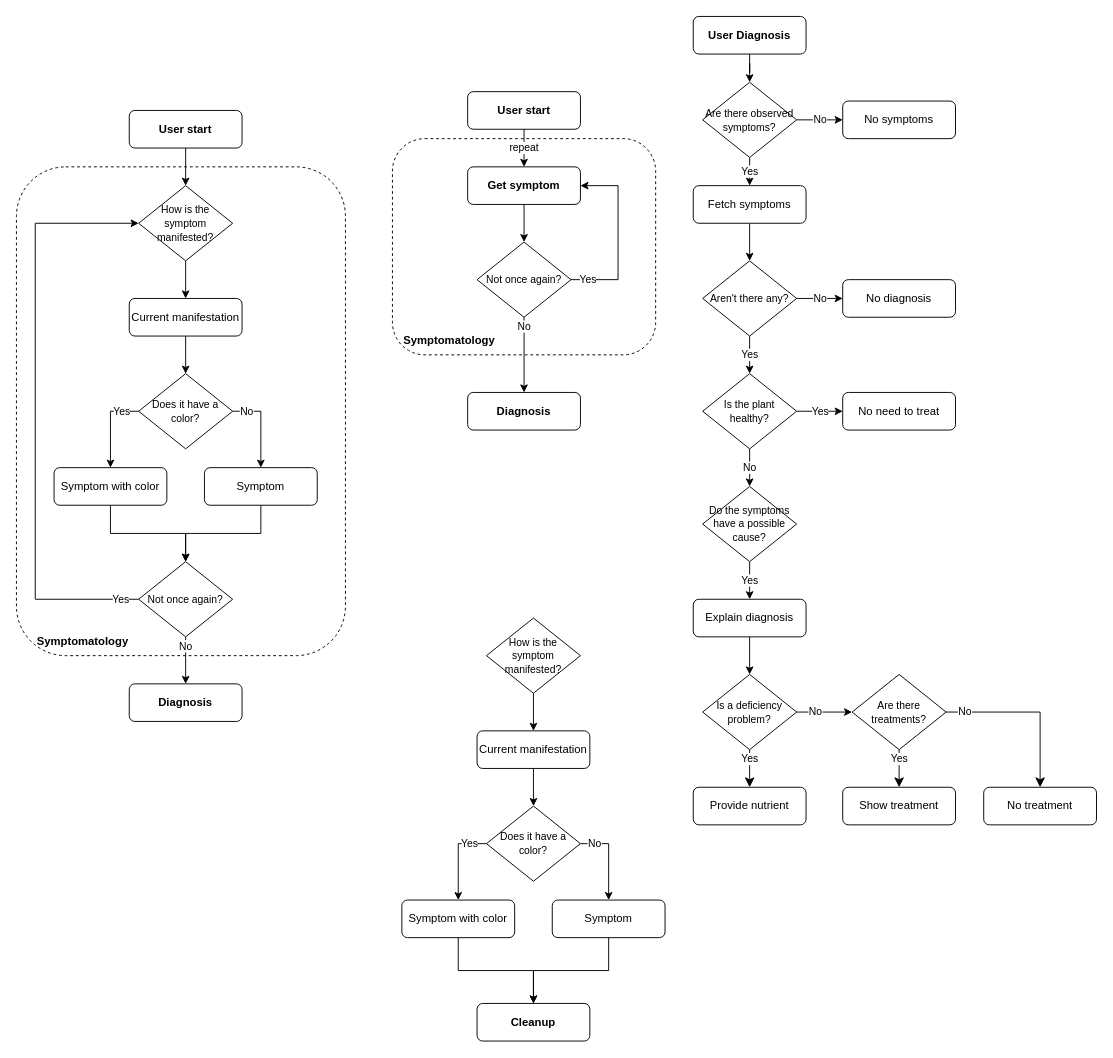
Above: docs/user_mode_rules.drawio in francescoperagine/GreMaES (draw.io), before the change. Source tidied: cells renumbered, new cells numbered last; positions are measured from the earlier drawing's top-left corner, leaving out a move shared by most shapes. Both pictures are drawn from the tidied source at 94%, with x=0, y=0 at pixel (16, 16).
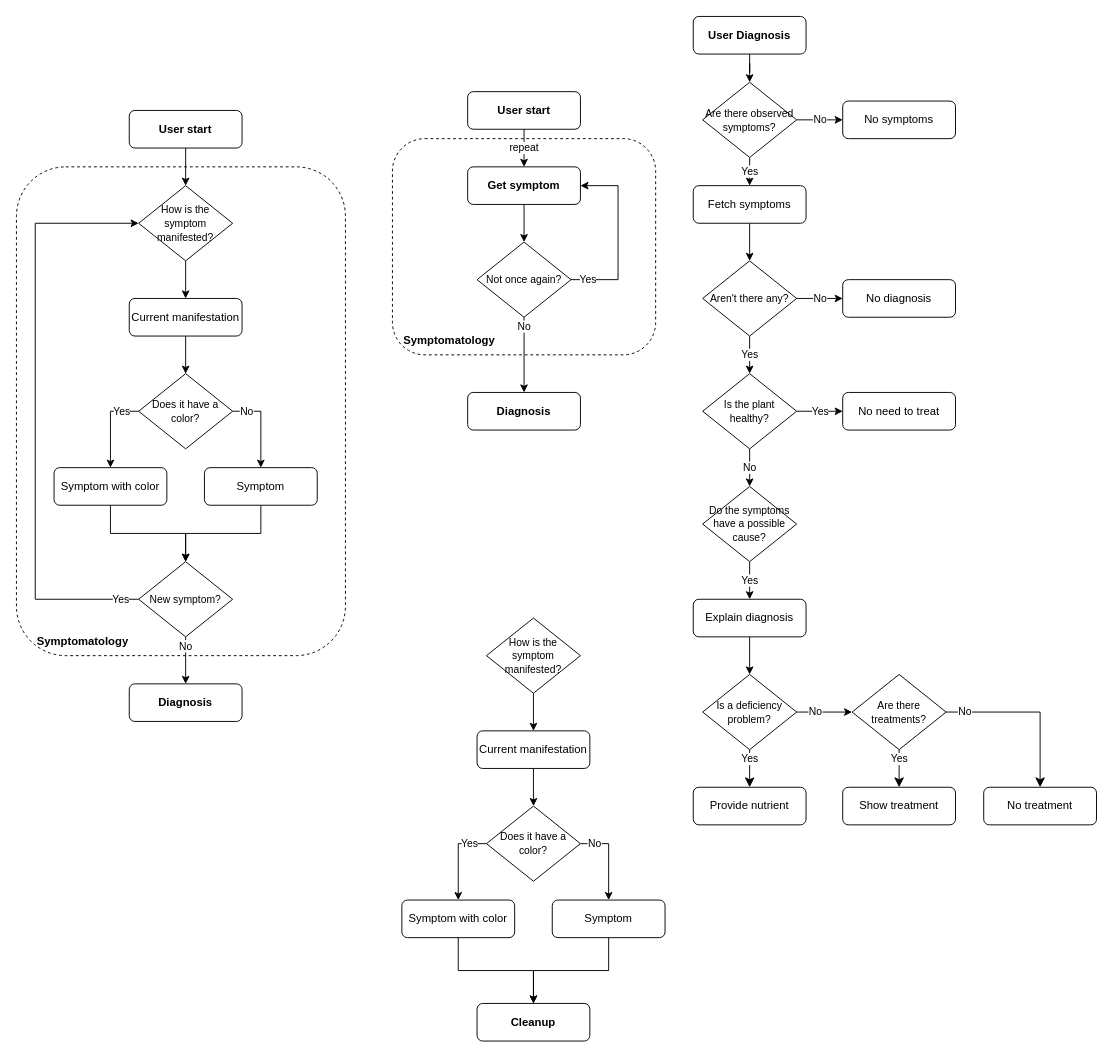
The same page after the edit.

Change to the diagram source:
```diff
@@
-    <mxCell id="66" value="&lt;span style=&quot;font-size: 11px;&quot;&gt;Not once again?&lt;/span&gt;" style="rhombus;whiteSpace=wrap;html=1;" parent="1" vertex="1">
+    <mxCell id="66" value="&lt;span style=&quot;font-size: 11px;&quot;&gt;New symptom?&lt;/span&gt;" style="rhombus;whiteSpace=wrap;html=1;" parent="1" vertex="1">
       <mxGeometry x="130" y="580" width="100" height="80" as="geometry" />
     </mxCell>
```
